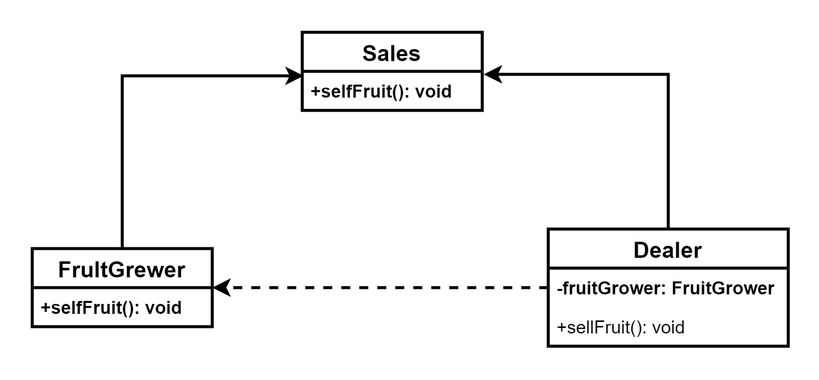
Before: rpc/proxy_fruit.png, a diagram exported from draw.io (maling-one/img). Source tidied: cells renumbered, new cells last; positions are measured from the earlier drawing's top-left corner, leaving out a move shared by most shapes. Its diagram source:
```xml
<mxGraphModel math="1">
  <root>
    <mxCell id="0" />
    <mxCell id="1" parent="0" />
    <mxCell id="2" value="Sales" style="swimlane;fontStyle=1;horizontal=1;startSize=26;fillColor=none;fontSize=15;" parent="1" vertex="1">
      <mxGeometry x="180" width="120" height="52" as="geometry" />
    </mxCell>
    <mxCell id="3" value="+selfFruit(): void" style="text;strokeColor=none;fillColor=none;align=left;verticalAlign=top;spacingLeft=4;spacingRight=4;overflow=hidden;points=[[0,0.5],[1,0.5]];portConstraint=eastwest;fontStyle=1;" parent="2" vertex="1">
      <mxGeometry y="26" width="120" height="26" as="geometry" />
    </mxCell>
    <mxCell id="4" style="edgeStyle=orthogonalEdgeStyle;rounded=0;jettySize=auto;html=1;exitX=0.5;exitY=0;exitDx=0;exitDy=0;entryX=0.008;entryY=0.115;entryDx=0;entryDy=0;entryPerimeter=0;fontSize=15;" parent="1" edge="1" source="5" target="3">
      <mxGeometry relative="1" as="geometry" />
    </mxCell>
    <mxCell id="5" value="FrultGrewer" style="swimlane;fontStyle=1;horizontal=1;startSize=26;fillColor=none;fontSize=15;" parent="1" vertex="1">
      <mxGeometry y="144" width="120" height="52" as="geometry" />
    </mxCell>
    <mxCell id="6" value="+selfFruit(): void" style="text;strokeColor=none;fillColor=none;align=left;verticalAlign=top;spacingLeft=4;spacingRight=4;overflow=hidden;fontStyle=1;" parent="5" vertex="1">
      <mxGeometry y="26" width="120" height="26" as="geometry" />
    </mxCell>
    <mxCell id="7" style="edgeStyle=orthogonalEdgeStyle;rounded=0;jettySize=auto;html=1;exitX=0.5;exitY=0;exitDx=0;exitDy=0;entryX=1.008;entryY=0.077;entryDx=0;entryDy=0;entryPerimeter=0;fontSize=15;" parent="1" edge="1" source="9" target="3">
      <mxGeometry relative="1" as="geometry" />
    </mxCell>
    <mxCell id="8" style="edgeStyle=orthogonalEdgeStyle;rounded=0;jettySize=auto;html=1;exitX=0;exitY=0.5;exitDx=0;exitDy=0;entryX=1;entryY=0.5;entryDx=0;entryDy=0;fontSize=15;dashed=1;" parent="1" edge="1" source="9" target="5">
      <mxGeometry relative="1" as="geometry" />
    </mxCell>
    <mxCell id="9" value="Dealer" style="swimlane;fontStyle=1;horizontal=1;startSize=26;fillColor=none;fontSize=15;" parent="1" vertex="1">
      <mxGeometry x="344" y="131" width="160" height="78" as="geometry" />
    </mxCell>
    <mxCell id="10" value="-fruitGrower: FruitGrower" style="text;strokeColor=none;fillColor=none;align=left;verticalAlign=top;spacingLeft=4;spacingRight=4;overflow=hidden;fontStyle=1;" parent="9" vertex="1">
      <mxGeometry y="26" width="160" height="26" as="geometry" />
    </mxCell>
    <mxCell id="11" value="+sellFruit(): void" style="text;strokeColor=none;fillColor=none;align=left;verticalAlign=top;spacingLeft=4;spacingRight=4;overflow=hidden;" parent="9" vertex="1">
      <mxGeometry y="52" width="160" height="26" as="geometry" />
    </mxCell>
  </root>
</mxGraphModel>
```
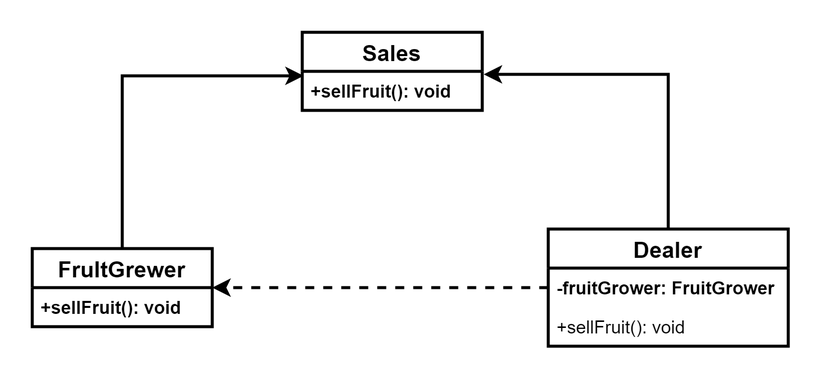
Later version of the same file.

Change to the diagram source:
```diff
@@ -5,7 +5,7 @@
     <mxCell id="2" value="Sales" style="swimlane;fontStyle=1;horizontal=1;startSize=26;fillColor=none;fontSize=15;" parent="1" vertex="1">
       <mxGeometry x="180" width="120" height="52" as="geometry" />
     </mxCell>
-    <mxCell id="3" value="+selfFruit(): void" style="text;strokeColor=none;fillColor=none;align=left;verticalAlign=top;spacingLeft=4;spacingRight=4;overflow=hidden;points=[[0,0.5],[1,0.5]];portConstraint=eastwest;fontStyle=1;" parent="2" vertex="1">
+    <mxCell id="3" value="+sellFruit(): void" style="text;strokeColor=none;fillColor=none;align=left;verticalAlign=top;spacingLeft=4;spacingRight=4;overflow=hidden;points=[[0,0.5],[1,0.5]];portConstraint=eastwest;fontStyle=1;" parent="2" vertex="1">
       <mxGeometry y="26" width="120" height="26" as="geometry" />
     </mxCell>
     <mxCell id="4" style="edgeStyle=orthogonalEdgeStyle;rounded=0;jettySize=auto;html=1;exitX=0.5;exitY=0;exitDx=0;exitDy=0;entryX=0.008;entryY=0.115;entryDx=0;entryDy=0;entryPerimeter=0;fontSize=15;" parent="1" edge="1" source="5" target="3">
@@ -14,7 +14,7 @@
     <mxCell id="5" value="FrultGrewer" style="swimlane;fontStyle=1;horizontal=1;startSize=26;fillColor=none;fontSize=15;" parent="1" vertex="1">
       <mxGeometry y="144" width="120" height="52" as="geometry" />
     </mxCell>
-    <mxCell id="6" value="+selfFruit(): void" style="text;strokeColor=none;fillColor=none;align=left;verticalAlign=top;spacingLeft=4;spacingRight=4;overflow=hidden;fontStyle=1;" parent="5" vertex="1">
+    <mxCell id="6" value="+sellFruit(): void" style="text;strokeColor=none;fillColor=none;align=left;verticalAlign=top;spacingLeft=4;spacingRight=4;overflow=hidden;fontStyle=1;" parent="5" vertex="1">
       <mxGeometry y="26" width="120" height="26" as="geometry" />
     </mxCell>
     <mxCell id="7" style="edgeStyle=orthogonalEdgeStyle;rounded=0;jettySize=auto;html=1;exitX=0.5;exitY=0;exitDx=0;exitDy=0;entryX=1.008;entryY=0.077;entryDx=0;entryDy=0;entryPerimeter=0;fontSize=15;" parent="1" edge="1" source="9" target="3">
```
